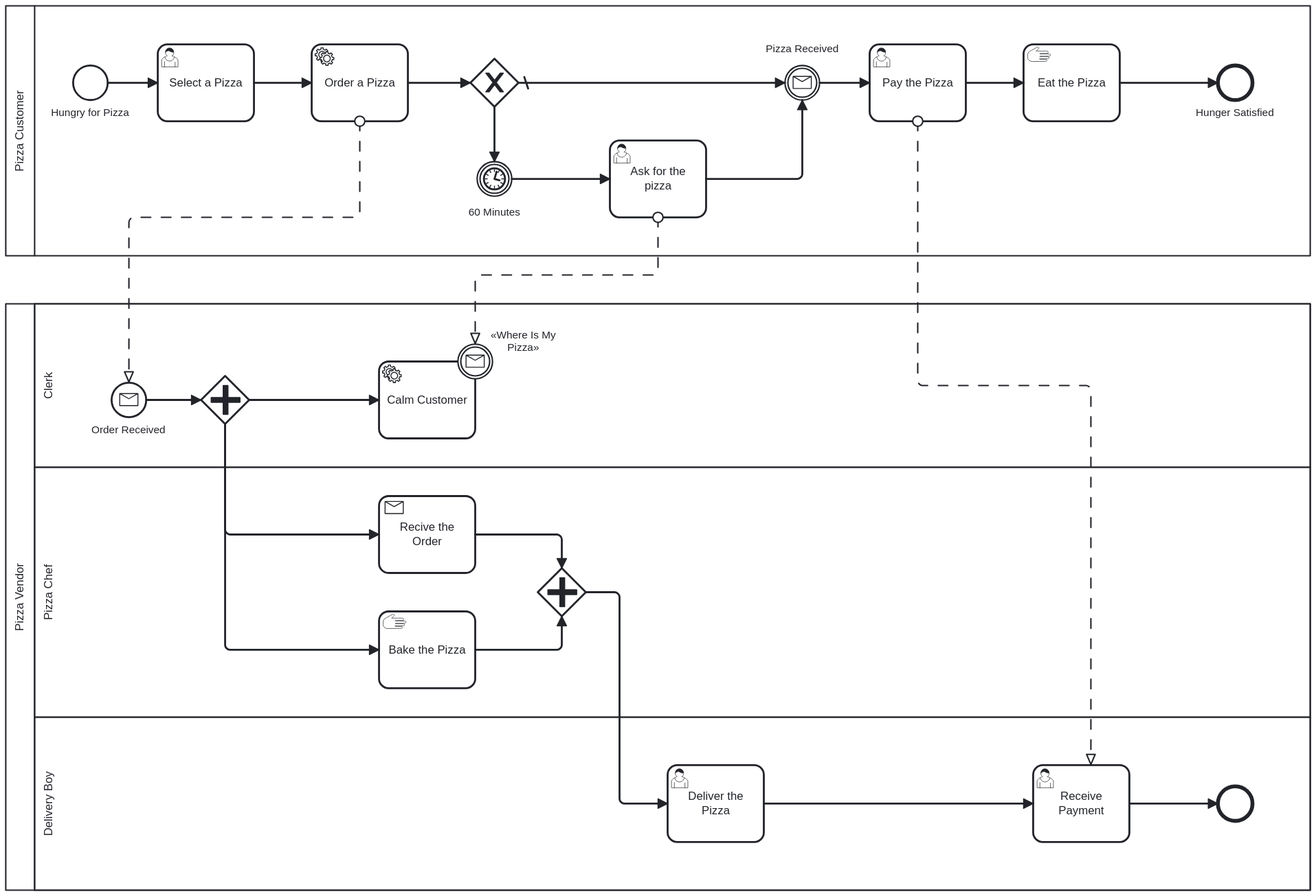
vhidvz/workflow-js keeps this BPMN diagram as assets/supplying-pizza.svg. Above is the earlier version. Its source is kept beside it as example/supplying-pizza.bpmn. Ids are renumbered.
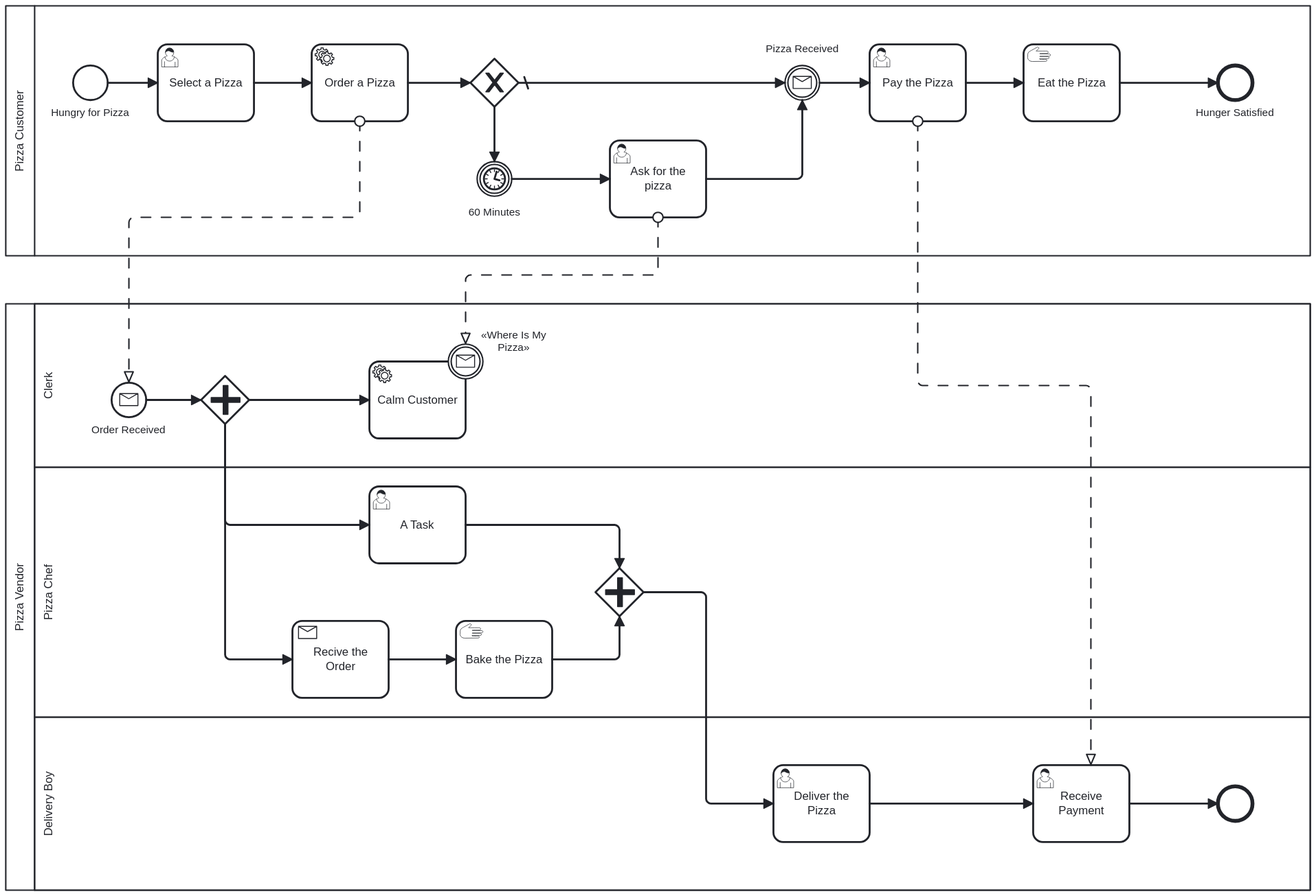
After the commit.

Diff of the diagram source:
```diff
@@ -63,15 +63,16 @@
   <bpmn:process id="Process_n6">
     <bpmn:laneSet id="LaneSet_n35">
       <bpmn:lane id="Lane_n36" name="Clerk">
-        <bpmn:flowNodeRef>Activity_n37</bpmn:flowNodeRef>
         <bpmn:flowNodeRef>Gateway_n38</bpmn:flowNodeRef>
         <bpmn:flowNodeRef>Event_n9</bpmn:flowNodeRef>
+        <bpmn:flowNodeRef>Activity_n37</bpmn:flowNodeRef>
         <bpmn:flowNodeRef>Event_n12</bpmn:flowNodeRef>
       </bpmn:lane>
       <bpmn:lane id="Lane_n39" name="Pizza Chef">
-        <bpmn:flowNodeRef>Activity_n40</bpmn:flowNodeRef>
         <bpmn:flowNodeRef>Gateway_n41</bpmn:flowNodeRef>
         <bpmn:flowNodeRef>Activity_n42</bpmn:flowNodeRef>
+        <bpmn:flowNodeRef>Activity_n40</bpmn:flowNodeRef>
+        <bpmn:flowNodeRef>Activity_n57</bpmn:flowNodeRef>
       </bpmn:lane>
       <bpmn:lane id="Lane_n43" name="Delivery Boy">
         <bpmn:flowNodeRef>Event_n44</bpmn:flowNodeRef>
@@ -79,22 +80,15 @@
         <bpmn:flowNodeRef>Activity_n45</bpmn:flowNodeRef>
       </bpmn:lane>
     </bpmn:laneSet>
-    <bpmn:sequenceFlow id="Flow_n46" sourceRef="Gateway_n38" targetRef="Activity_n40" />
     <bpmn:sequenceFlow id="Flow_n47" sourceRef="Activity_n45" targetRef="Activity_n15" />
     <bpmn:sequenceFlow id="Flow_n48" sourceRef="Activity_n15" targetRef="Event_n44" />
     <bpmn:sequenceFlow id="Flow_n49" sourceRef="Event_n9" targetRef="Gateway_n38" />
     <bpmn:sequenceFlow id="Flow_n50" sourceRef="Gateway_n38" targetRef="Activity_n37" />
-    <bpmn:serviceTask id="Activity_n37" name="Calm Customer">
-      <bpmn:incoming>Flow_n50</bpmn:incoming>
-    </bpmn:serviceTask>
-    <bpmn:boundaryEvent id="Event_n12" name="«Where Is My Pizza»" attachedToRef="Activity_n37">
-      <bpmn:messageEventDefinition id="MessageEventDefinition_n51" />
-    </bpmn:boundaryEvent>
     <bpmn:parallelGateway id="Gateway_n38">
       <bpmn:incoming>Flow_n49</bpmn:incoming>
-      <bpmn:outgoing>Flow_n46</bpmn:outgoing>
       <bpmn:outgoing>Flow_n50</bpmn:outgoing>
-      <bpmn:outgoing>Flow_n52</bpmn:outgoing>
+      <bpmn:outgoing>Flow_n58</bpmn:outgoing>
+      <bpmn:outgoing>Flow_n59</bpmn:outgoing>
     </bpmn:parallelGateway>
     <bpmn:startEvent id="Event_n9" name="Order Received">
       <bpmn:outgoing>Flow_n49</bpmn:outgoing>
@@ -107,27 +101,39 @@
       <bpmn:incoming>Flow_n47</bpmn:incoming>
       <bpmn:outgoing>Flow_n48</bpmn:outgoing>
     </bpmn:userTask>
+    <bpmn:sequenceFlow id="Flow_n55" sourceRef="Activity_n40" targetRef="Gateway_n41" />
+    <bpmn:sequenceFlow id="Flow_n54" sourceRef="Gateway_n41" targetRef="Activity_n45" />
     <bpmn:userTask id="Activity_n45" name="Deliver the Pizza">
       <bpmn:incoming>Flow_n54</bpmn:incoming>
       <bpmn:outgoing>Flow_n47</bpmn:outgoing>
     </bpmn:userTask>
-    <bpmn:sequenceFlow id="Flow_n52" sourceRef="Gateway_n38" targetRef="Activity_n42" />
+    <bpmn:parallelGateway id="Gateway_n41">
+      <bpmn:incoming>Flow_n55</bpmn:incoming>
+      <bpmn:incoming>Flow_n60</bpmn:incoming>
+      <bpmn:outgoing>Flow_n54</bpmn:outgoing>
+    </bpmn:parallelGateway>
+    <bpmn:sequenceFlow id="Flow_n58" sourceRef="Gateway_n38" targetRef="Activity_n42" />
+    <bpmn:sequenceFlow id="Flow_n61" sourceRef="Activity_n42" targetRef="Activity_n40" />
+    <bpmn:sequenceFlow id="Flow_n59" sourceRef="Gateway_n38" targetRef="Activity_n57" />
+    <bpmn:receiveTask id="Activity_n42" name="Recive the Order">
+      <bpmn:incoming>Flow_n58</bpmn:incoming>
+      <bpmn:outgoing>Flow_n61</bpmn:outgoing>
+    </bpmn:receiveTask>
     <bpmn:manualTask id="Activity_n40" name="Bake the Pizza">
-      <bpmn:incoming>Flow_n46</bpmn:incoming>
+      <bpmn:incoming>Flow_n61</bpmn:incoming>
       <bpmn:outgoing>Flow_n55</bpmn:outgoing>
     </bpmn:manualTask>
-    <bpmn:sequenceFlow id="Flow_n56" sourceRef="Activity_n42" targetRef="Gateway_n41" />
-    <bpmn:sequenceFlow id="Flow_n55" sourceRef="Activity_n40" targetRef="Gateway_n41" />
-    <bpmn:sequenceFlow id="Flow_n54" sourceRef="Gateway_n41" targetRef="Activity_n45" />
-    <bpmn:parallelGateway id="Gateway_n41">
-      <bpmn:incoming>Flow_n56</bpmn:incoming>
-      <bpmn:incoming>Flow_n55</bpmn:incoming>
-      <bpmn:outgoing>Flow_n54</bpmn:outgoing>
-    </bpmn:parallelGateway>
-    <bpmn:receiveTask id="Activity_n42" name="Recive the Order">
-      <bpmn:incoming>Flow_n52</bpmn:incoming>
-      <bpmn:outgoing>Flow_n56</bpmn:outgoing>
-    </bpmn:receiveTask>
+    <bpmn:serviceTask id="Activity_n37" name="Calm Customer">
+      <bpmn:incoming>Flow_n50</bpmn:incoming>
+    </bpmn:serviceTask>
+    <bpmn:boundaryEvent id="Event_n12" name="«Where Is My Pizza»" attachedToRef="Activity_n37">
+      <bpmn:messageEventDefinition id="MessageEventDefinition_n51" />
+    </bpmn:boundaryEvent>
+    <bpmn:userTask id="Activity_n57" name="A Task">
+      <bpmn:incoming>Flow_n59</bpmn:incoming>
+      <bpmn:outgoing>Flow_n60</bpmn:outgoing>
+    </bpmn:userTask>
+    <bpmn:sequenceFlow id="Flow_n60" sourceRef="Activity_n57" targetRef="Gateway_n41" />
   </bpmn:process>
   <bpmndi:BPMNDiagram id="BPMNDiagram_1">
     <bpmndi:BPMNPlane id="BPMNPlane_1" bpmnElement="Collaboration_n2">
@@ -222,6 +228,10 @@
         <dc:Bounds x="152" y="390" width="1356" height="610" />
         <bpmndi:BPMNLabel />
       </bpmndi:BPMNShape>
+      <bpmndi:BPMNShape id="Lane_n43_di" bpmnElement="Lane_n43" isHorizontal="true">
+        <dc:Bounds x="182" y="820" width="1326" height="180" />
+        <bpmndi:BPMNLabel />
+      </bpmndi:BPMNShape>
       <bpmndi:BPMNShape id="Lane_n39_di" bpmnElement="Lane_n39" isHorizontal="true">
         <dc:Bounds x="182" y="560" width="1326" height="260" />
         <bpmndi:BPMNLabel />
@@ -230,13 +240,20 @@
         <dc:Bounds x="182" y="390" width="1326" height="170" />
         <bpmndi:BPMNLabel />
       </bpmndi:BPMNShape>
-      <bpmndi:BPMNShape id="Lane_n43_di" bpmnElement="Lane_n43" isHorizontal="true">
-        <dc:Bounds x="182" y="820" width="1326" height="180" />
-        <bpmndi:BPMNLabel />
-      </bpmndi:BPMNShape>
+      <bpmndi:BPMNEdge id="Flow_n54_di" bpmnElement="Flow_n54">
+        <di:waypoint x="815" y="690" />
+        <di:waypoint x="880" y="690" />
+        <di:waypoint x="880" y="910" />
+        <di:waypoint x="950" y="910" />
+      </bpmndi:BPMNEdge>
+      <bpmndi:BPMNEdge id="Flow_n55_di" bpmnElement="Flow_n55">
+        <di:waypoint x="720" y="760" />
+        <di:waypoint x="790" y="760" />
+        <di:waypoint x="790" y="715" />
+      </bpmndi:BPMNEdge>
       <bpmndi:BPMNEdge id="Flow_n50_di" bpmnElement="Flow_n50">
         <di:waypoint x="405" y="490" />
-        <di:waypoint x="540" y="490" />
+        <di:waypoint x="530" y="490" />
       </bpmndi:BPMNEdge>
       <bpmndi:BPMNEdge id="Flow_n49_di" bpmnElement="Flow_n49">
         <di:waypoint x="298" y="490" />
@@ -247,38 +264,28 @@
         <di:waypoint x="1412" y="910" />
       </bpmndi:BPMNEdge>
       <bpmndi:BPMNEdge id="Flow_n47_di" bpmnElement="Flow_n47">
-        <di:waypoint x="940" y="910" />
+        <di:waypoint x="1050" y="910" />
         <di:waypoint x="1220" y="910" />
       </bpmndi:BPMNEdge>
-      <bpmndi:BPMNEdge id="Flow_n46_di" bpmnElement="Flow_n46">
+      <bpmndi:BPMNEdge id="Flow_n58_di" bpmnElement="Flow_n58">
         <di:waypoint x="380" y="515" />
-        <di:waypoint x="380" y="750" />
-        <di:waypoint x="540" y="750" />
+        <di:waypoint x="380" y="760" />
+        <di:waypoint x="450" y="760" />
       </bpmndi:BPMNEdge>
-      <bpmndi:BPMNEdge id="Flow_n52_di" bpmnElement="Flow_n52">
+      <bpmndi:BPMNEdge id="Flow_n61_di" bpmnElement="Flow_n61">
+        <di:waypoint x="550" y="760" />
+        <di:waypoint x="620" y="760" />
+      </bpmndi:BPMNEdge>
+      <bpmndi:BPMNEdge id="Flow_n59_di" bpmnElement="Flow_n59">
         <di:waypoint x="380" y="515" />
-        <di:waypoint x="380" y="630" />
-        <di:waypoint x="540" y="630" />
+        <di:waypoint x="380" y="620" />
+        <di:waypoint x="530" y="620" />
       </bpmndi:BPMNEdge>
-      <bpmndi:BPMNEdge id="Flow_n56_di" bpmnElement="Flow_n56">
-        <di:waypoint x="640" y="630" />
-        <di:waypoint x="730" y="630" />
-        <di:waypoint x="730" y="665" />
+      <bpmndi:BPMNEdge id="Flow_n60_di" bpmnElement="Flow_n60">
+        <di:waypoint x="630" y="620" />
+        <di:waypoint x="790" y="620" />
+        <di:waypoint x="790" y="665" />
       </bpmndi:BPMNEdge>
-      <bpmndi:BPMNEdge id="Flow_n55_di" bpmnElement="Flow_n55">
-        <di:waypoint x="640" y="750" />
-        <di:waypoint x="730" y="750" />
-        <di:waypoint x="730" y="715" />
-      </bpmndi:BPMNEdge>
-      <bpmndi:BPMNEdge id="Flow_n54_di" bpmnElement="Flow_n54">
-        <di:waypoint x="755" y="690" />
-        <di:waypoint x="790" y="690" />
-        <di:waypoint x="790" y="910" />
-        <di:waypoint x="840" y="910" />
-      </bpmndi:BPMNEdge>
-      <bpmndi:BPMNShape id="Activity_0v3nywm_di" bpmnElement="Activity_n37">
-        <dc:Bounds x="540" y="450" width="100" height="80" />
-      </bpmndi:BPMNShape>
       <bpmndi:BPMNShape id="Gateway_0hzt3yk_di" bpmnElement="Gateway_n38">
         <dc:Bounds x="355" y="465" width="50" height="50" />
       </bpmndi:BPMNShape>
@@ -295,21 +302,28 @@
         <dc:Bounds x="1220" y="870" width="100" height="80" />
       </bpmndi:BPMNShape>
       <bpmndi:BPMNShape id="Activity_0rql6ts_di" bpmnElement="Activity_n45">
-        <dc:Bounds x="840" y="870" width="100" height="80" />
+        <dc:Bounds x="950" y="870" width="100" height="80" />
+      </bpmndi:BPMNShape>
+      <bpmndi:BPMNShape id="Gateway_11p8mzu_di" bpmnElement="Gateway_n41">
+        <dc:Bounds x="765" y="665" width="50" height="50" />
+      </bpmndi:BPMNShape>
+      <bpmndi:BPMNShape id="Activity_0v05z35_di" bpmnElement="Activity_n42">
+        <dc:Bounds x="450" y="720" width="100" height="80" />
       </bpmndi:BPMNShape>
       <bpmndi:BPMNShape id="Activity_1yijdvt_di" bpmnElement="Activity_n40">
-        <dc:Bounds x="540" y="710" width="100" height="80" />
+        <dc:Bounds x="620" y="720" width="100" height="80" />
       </bpmndi:BPMNShape>
-      <bpmndi:BPMNShape id="Gateway_11p8mzu_di" bpmnElement="Gateway_n41">
-        <dc:Bounds x="705" y="665" width="50" height="50" />
+      <bpmndi:BPMNShape id="Activity_0v3nywm_di" bpmnElement="Activity_n37">
+        <dc:Bounds x="530" y="450" width="100" height="80" />
       </bpmndi:BPMNShape>
-      <bpmndi:BPMNShape id="Activity_0v05z35_di" bpmnElement="Activity_n42">
-        <dc:Bounds x="540" y="590" width="100" height="80" />
+      <bpmndi:BPMNShape id="Activity_0hwg2qm_di" bpmnElement="Activity_n57">
+        <dc:Bounds x="530" y="580" width="100" height="80" />
+        <bpmndi:BPMNLabel />
       </bpmndi:BPMNShape>
       <bpmndi:BPMNShape id="Event_1l7d5kr_di" bpmnElement="Event_n12">
-        <dc:Bounds x="622" y="432" width="36" height="36" />
+        <dc:Bounds x="612" y="432" width="36" height="36" />
         <bpmndi:BPMNLabel>
-          <dc:Bounds x="655" y="416" width="69" height="27" />
+          <dc:Bounds x="645" y="416" width="69" height="27" />
         </bpmndi:BPMNLabel>
       </bpmndi:BPMNShape>
       <bpmndi:BPMNEdge id="Flow_n7_di" bpmnElement="Flow_n7">
@@ -321,8 +335,8 @@
       <bpmndi:BPMNEdge id="Flow_n10_di" bpmnElement="Flow_n10">
         <di:waypoint x="830" y="300" />
         <di:waypoint x="830" y="360" />
-        <di:waypoint x="640" y="360" />
-        <di:waypoint x="640" y="432" />
+        <di:waypoint x="630" y="360" />
+        <di:waypoint x="630" y="432" />
       </bpmndi:BPMNEdge>
       <bpmndi:BPMNEdge id="Flow_n13_di" bpmnElement="Flow_n13">
         <di:waypoint x="1100" y="200" />
```
